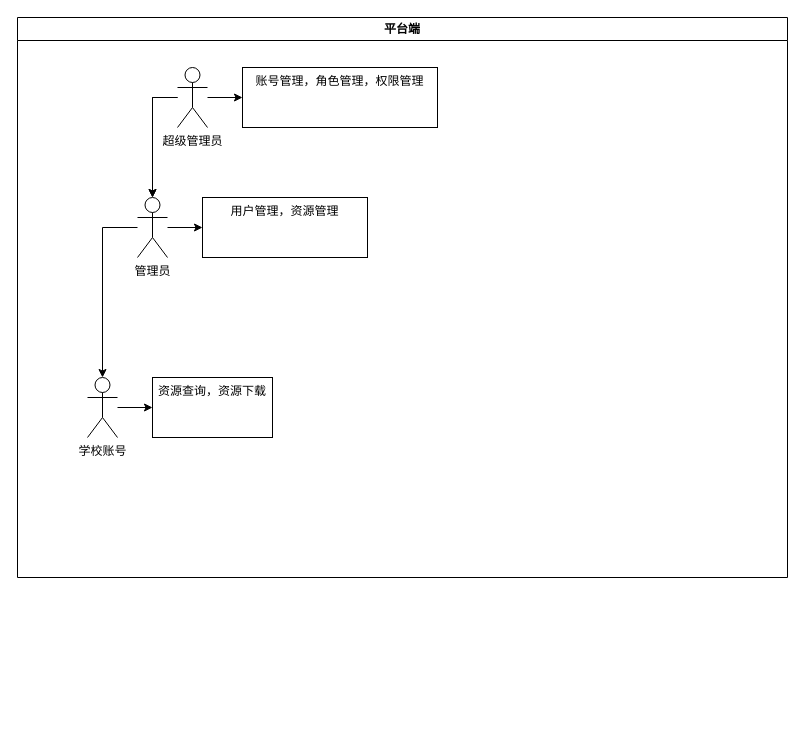
The draw.io diagram XR教学流程.drawio in a7956232/drawIOFiles, before the edit. Source tidied: cells renumbered, new cells numbered last; positions are measured from the earlier drawing's top-left corner, leaving out a move shared by most shapes. Both pictures are drawn from the tidied source at 100%, with x=0, y=0 at pixel (17, 17).
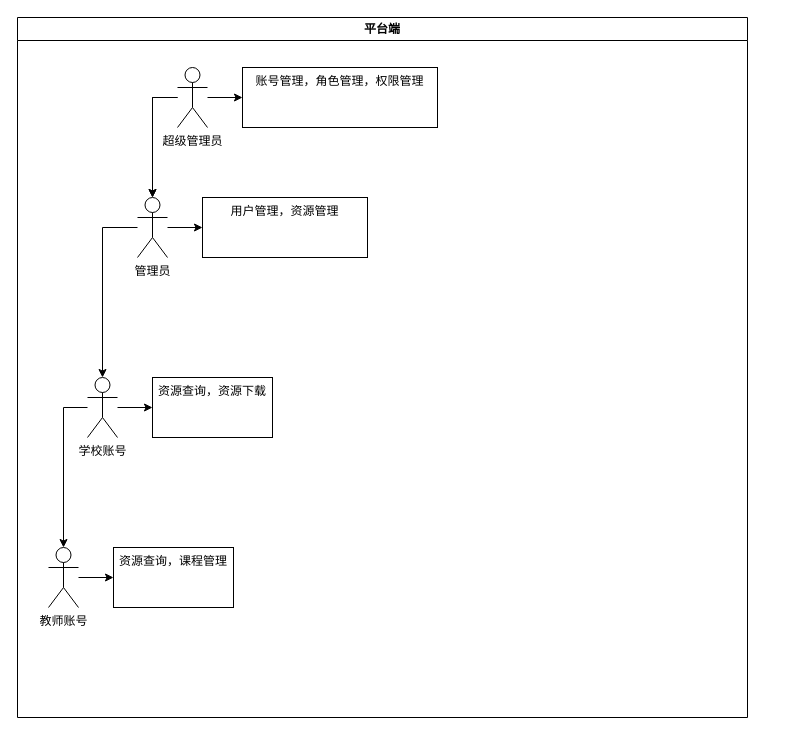
After the change.

Commit message (it also covers changes not shown here):
更新XR教学流程.drawio

The edit, as a diff of the source:
```diff
@@
 <mxGraphModel>
   <root>
     <mxCell id="0" />
     <mxCell id="1" parent="0" />
     <mxCell id="2" value="平台端" style="swimlane;whiteSpace=wrap;html=1;" parent="1" vertex="1">
-      <mxGeometry width="770" height="560" as="geometry" />
+      <mxGeometry width="730" height="700" as="geometry" />
     </mxCell>
     <mxCell id="3" style="edgeStyle=orthogonalEdgeStyle;rounded=0;jettySize=auto;html=1;" parent="2" edge="1" source="6" target="9">
       <mxGeometry relative="1" as="geometry" />
     </mxCell>
     <mxCell id="4" style="edgeStyle=orthogonalEdgeStyle;rounded=0;jettySize=auto;html=1;" parent="2" edge="1" source="6" target="9">
       <mxGeometry relative="1" as="geometry" />
     </mxCell>
     <mxCell id="5" style="edgeStyle=orthogonalEdgeStyle;rounded=0;jettySize=auto;html=1;" parent="2" edge="1" source="6" target="12">
       <mxGeometry relative="1" as="geometry" />
     </mxCell>
     <mxCell id="6" value="超级管理员" style="shape=umlActor;verticalLabelPosition=bottom;verticalAlign=top;html=1;outlineConnect=0;" parent="2" vertex="1">
       <mxGeometry x="160" y="50" width="30" height="60" as="geometry" />
     </mxCell>
     <mxCell id="7" style="edgeStyle=orthogonalEdgeStyle;rounded=0;jettySize=auto;html=1;" parent="2" edge="1" source="9" target="11">
       <mxGeometry relative="1" as="geometry" />
     </mxCell>
     <mxCell id="8" style="edgeStyle=orthogonalEdgeStyle;rounded=0;jettySize=auto;html=1;" parent="2" edge="1" source="9" target="13">
       <mxGeometry relative="1" as="geometry" />
     </mxCell>
     <mxCell id="9" value="管理员" style="shape=umlActor;verticalLabelPosition=bottom;verticalAlign=top;html=1;outlineConnect=0;" parent="2" vertex="1">
       <mxGeometry x="120" y="180" width="30" height="60" as="geometry" />
     </mxCell>
     <mxCell id="10" style="edgeStyle=orthogonalEdgeStyle;rounded=0;jettySize=auto;html=1;" parent="2" edge="1" source="11" target="14">
       <mxGeometry relative="1" as="geometry" />
     </mxCell>
+    <mxCell id="15" style="edgeStyle=orthogonalEdgeStyle;rounded=0;jettySize=auto;html=1;" parent="2" edge="1" source="11" target="17">
+      <mxGeometry relative="1" as="geometry" />
+    </mxCell>
     <mxCell id="11" value="学校账号" style="shape=umlActor;verticalLabelPosition=bottom;verticalAlign=top;html=1;outlineConnect=0;" parent="2" vertex="1">
       <mxGeometry x="70" y="360" width="30" height="60" as="geometry" />
     </mxCell>
     <mxCell id="12" value="账号管理，角色管理，权限管理" style="whiteSpace=wrap;html=1;verticalAlign=top;" parent="2" vertex="1">
       <mxGeometry x="225" y="50" width="195" height="60" as="geometry" />
     </mxCell>
     <mxCell id="13" value="用户管理，资源管理" style="whiteSpace=wrap;html=1;verticalAlign=top;" parent="2" vertex="1">
       <mxGeometry x="185" y="180" width="165" height="60" as="geometry" />
     </mxCell>
     <mxCell id="14" value="资源查询，资源下载" style="whiteSpace=wrap;html=1;verticalAlign=top;" parent="2" vertex="1">
       <mxGeometry x="135" y="360" width="120" height="60" as="geometry" />
     </mxCell>
+    <mxCell id="16" style="edgeStyle=orthogonalEdgeStyle;rounded=0;jettySize=auto;html=1;" parent="2" edge="1" source="17" target="18">
+      <mxGeometry relative="1" as="geometry" />
+    </mxCell>
+    <mxCell id="17" value="教师账号" style="shape=umlActor;verticalLabelPosition=bottom;verticalAlign=top;html=1;outlineConnect=0;" parent="2" vertex="1">
+      <mxGeometry x="31" y="530" width="30" height="60" as="geometry" />
+    </mxCell>
+    <mxCell id="18" value="资源查询，课程管理" style="whiteSpace=wrap;html=1;verticalAlign=top;" parent="2" vertex="1">
+      <mxGeometry x="96" y="530" width="120" height="60" as="geometry" />
+    </mxCell>
   </root>
 </mxGraphModel>
```
